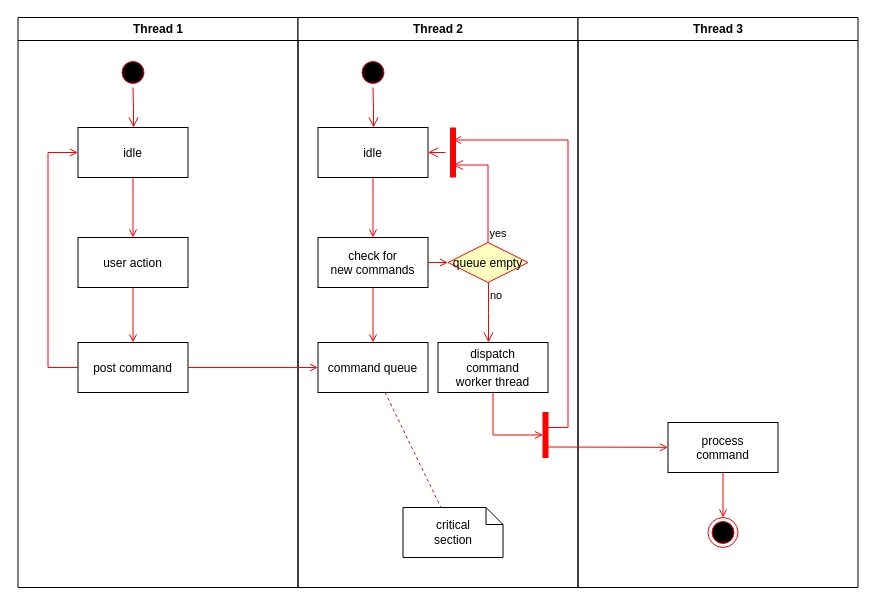
Earlier version of the draw.io diagram Untitled Diagram.drawio (MiR-stack/top-news). Source tidied: cells renumbered, new cells numbered last; positions are measured from the earlier drawing's top-left corner, leaving out a move shared by most shapes. Both pictures are drawn from the tidied source at 100%, with x=0, y=0 at pixel (17, 17).
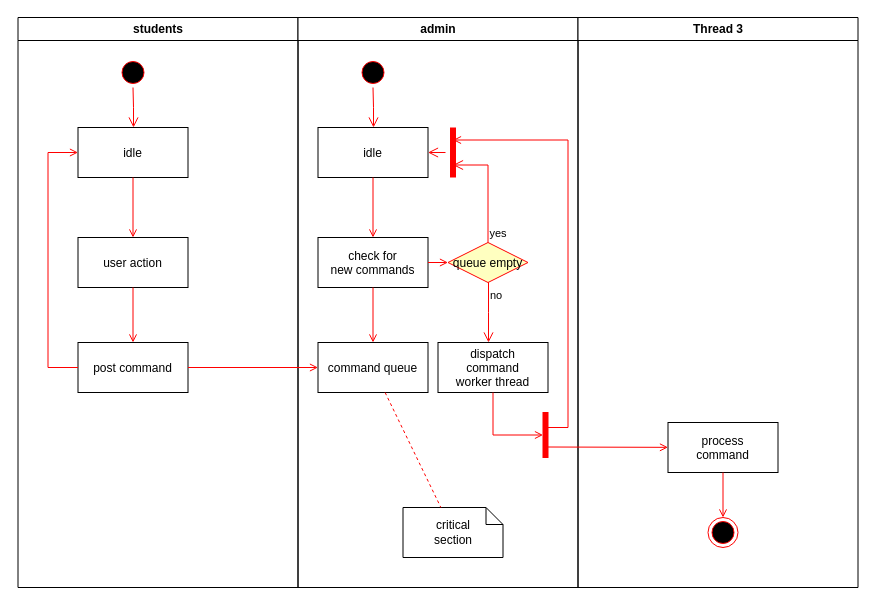
The same page after the edit.

Commit message:
Update agency 4 Diagram

What changed in the source:
```diff
@@
-    <mxCell id="2" value="Thread 1" style="swimlane;whiteSpace=wrap;" parent="1" vertex="1">
+    <mxCell id="2" value="students" style="swimlane;whiteSpace=wrap;" parent="1" vertex="1">
       <mxGeometry x="0.5" width="280" height="570" as="geometry" />
     </mxCell>
@@
-    <mxCell id="11" value="Thread 2" style="swimlane;whiteSpace=wrap;" parent="1" vertex="1">
+    <mxCell id="11" value="admin" style="swimlane;whiteSpace=wrap;" parent="1" vertex="1">
       <mxGeometry x="280.5" width="280" height="570" as="geometry" />
     </mxCell>
```
